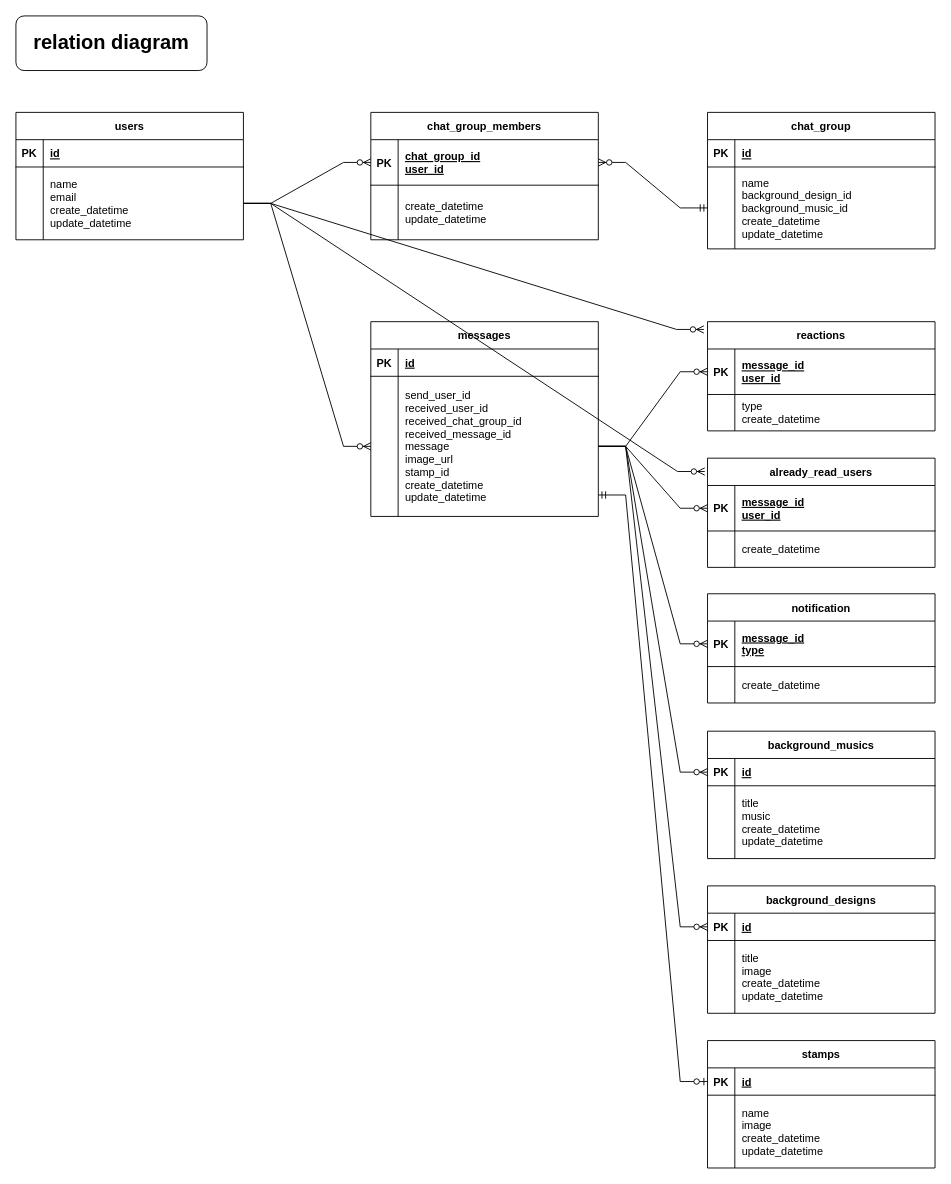
Earlier version of the draw.io diagram docs/data_models/data_model.drawio (mitsuaki1229/ChatFeature). Source tidied: cells renumbered, new cells numbered last; positions are measured from the earlier drawing's top-left corner, leaving out a move shared by most shapes. Both pictures are drawn from the tidied source at 91%, with x=0, y=0 at pixel (15, 15).
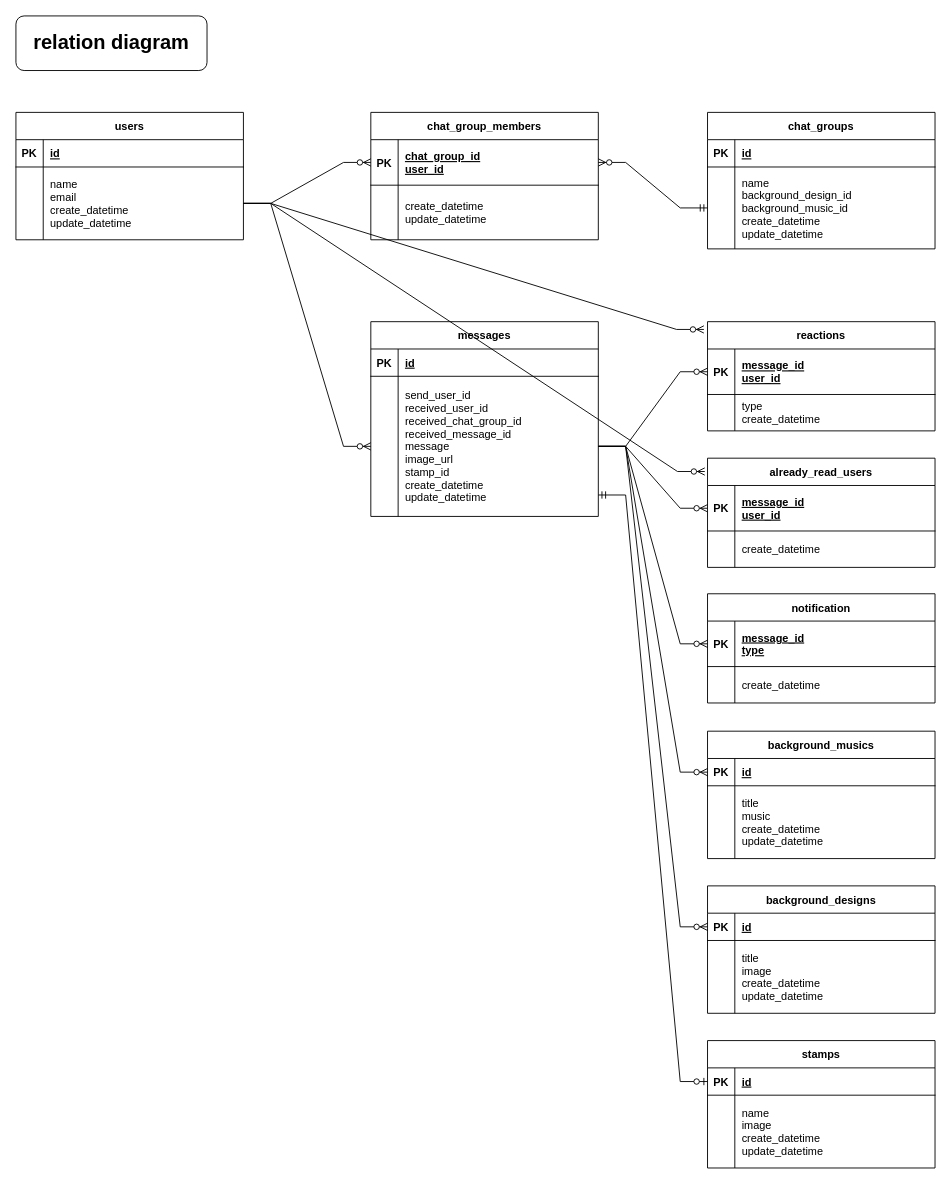
After the change.

Commit message (it also covers changes not shown here):
Fix to chat_groups.

What changed in the source:
```diff
@@
-    <mxCell id="9" value="chat_group" style="shape=table;startSize=30;childLayout=tableLayout;rowLines=0;fontStyle=1;align=center;" parent="1" vertex="1">
+    <mxCell id="9" value="chat_groups" style="shape=table;startSize=30;childLayout=tableLayout;rowLines=0;fontStyle=1;align=center;" parent="1" vertex="1">
       <mxGeometry x="760" y="106" width="250" height="150" as="geometry" />
     </mxCell>
```
